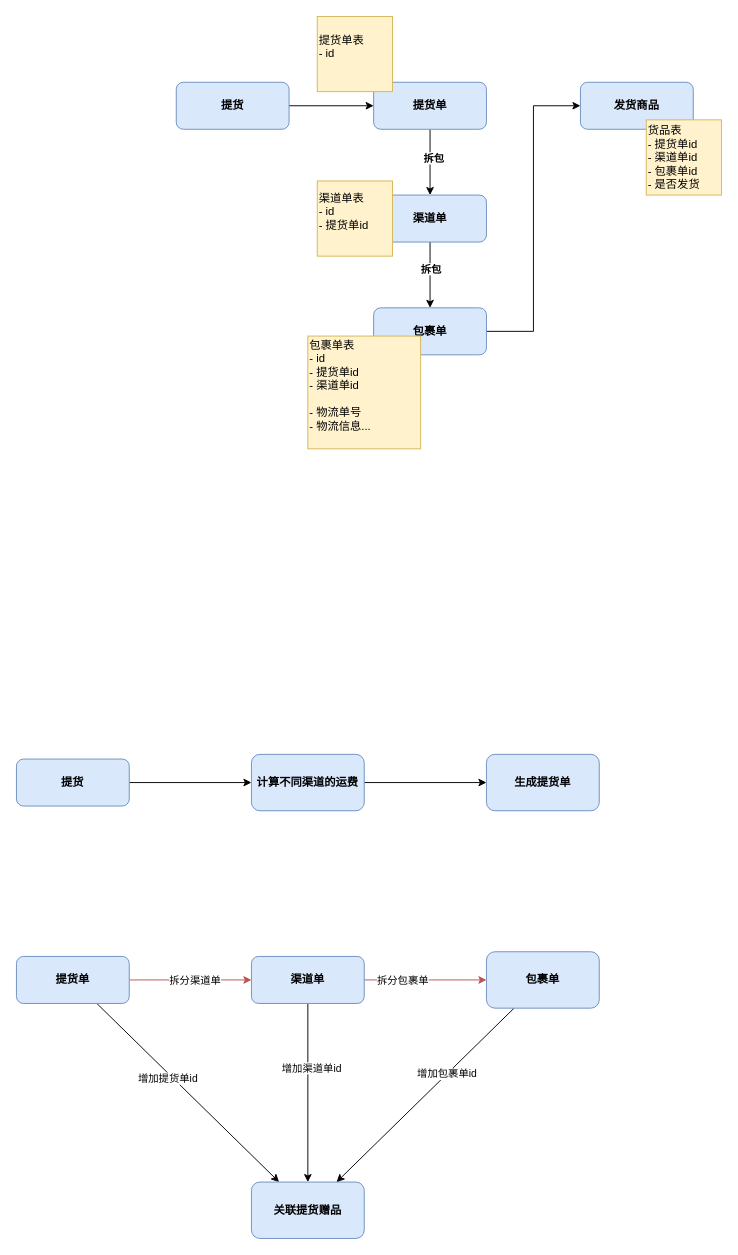
Before: 发货拆包设计.drawio in 1foo/image, a draw.io diagram. Source tidied: cells renumbered, new cells numbered last; positions are measured from the earlier drawing's top-left corner, leaving out a move shared by most shapes. Both pictures are drawn from the tidied source at 94%, with x=0, y=0 at pixel (16, 16).
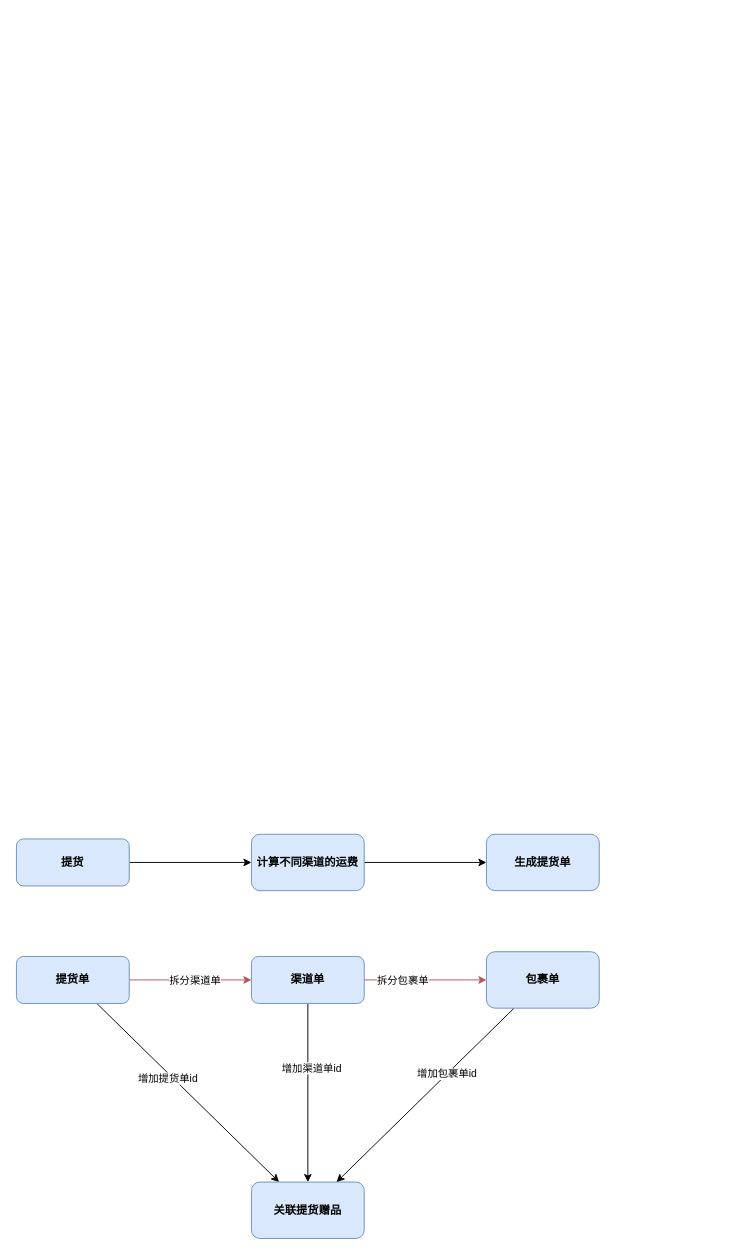
The same diagram, later.

Commit message:
更新发货拆包设计.drawio

Diff of the diagram source:
```diff
@@
-    <mxCell id="2" style="edgeStyle=orthogonalEdgeStyle;rounded=0;jettySize=auto;html=1;fontStyle=1;" parent="1" edge="1" source="3" target="6">
-      <mxGeometry relative="1" as="geometry" />
-    </mxCell>
-    <mxCell id="3" value="提货" style="rounded=1;whiteSpace=wrap;html=1;fillColor=#dae8fc;strokeColor=#6c8ebf;fontStyle=1;" parent="1" vertex="1">
-      <mxGeometry x="170" y="70" width="120" height="50" as="geometry" />
-    </mxCell>
-    <mxCell id="4" style="edgeStyle=orthogonalEdgeStyle;rounded=0;jettySize=auto;html=1;fontStyle=1;" parent="1" edge="1" source="6" target="9">
-      <mxGeometry relative="1" as="geometry" />
-    </mxCell>
-    <mxCell id="5" value="拆包" style="edgeLabel;html=1;align=center;verticalAlign=middle;fontStyle=1;" parent="4" vertex="1">
-      <mxGeometry x="-0.14" y="3" relative="1" as="geometry" />
-    </mxCell>
-    <mxCell id="6" value="提货单" style="rounded=1;whiteSpace=wrap;html=1;fillColor=#dae8fc;strokeColor=#6c8ebf;fontStyle=1;" parent="1" vertex="1">
-      <mxGeometry x="380" y="70" width="120" height="50" as="geometry" />
-    </mxCell>
-    <mxCell id="7" style="edgeStyle=orthogonalEdgeStyle;rounded=0;jettySize=auto;html=1;fontStyle=1;" parent="1" edge="1" source="9" target="11">
-      <mxGeometry relative="1" as="geometry" />
-    </mxCell>
-    <mxCell id="8" value="拆包" style="edgeLabel;html=1;align=center;verticalAlign=middle;fontStyle=1;" parent="7" vertex="1">
-      <mxGeometry x="-0.2" y="2" relative="1" as="geometry">
-        <mxPoint x="-2" as="offset" />
-      </mxGeometry>
-    </mxCell>
-    <mxCell id="9" value="渠道单" style="rounded=1;whiteSpace=wrap;html=1;fillColor=#dae8fc;strokeColor=#6c8ebf;fontStyle=1;" parent="1" vertex="1">
-      <mxGeometry x="380" y="190" width="120" height="50" as="geometry" />
-    </mxCell>
-    <mxCell id="10" style="edgeStyle=orthogonalEdgeStyle;rounded=0;jettySize=auto;html=1;entryX=0;entryY=0.5;entryDx=0;entryDy=0;fontStyle=1;" parent="1" edge="1" source="11" target="12">
-      <mxGeometry relative="1" as="geometry" />
-    </mxCell>
-    <mxCell id="11" value="包裹单" style="rounded=1;whiteSpace=wrap;html=1;fillColor=#dae8fc;strokeColor=#6c8ebf;fontStyle=1;" parent="1" vertex="1">
-      <mxGeometry x="380" y="310" width="120" height="50" as="geometry" />
-    </mxCell>
-    <mxCell id="12" value="发货商品" style="rounded=1;whiteSpace=wrap;html=1;fillColor=#dae8fc;strokeColor=#6c8ebf;fontStyle=1;" parent="1" vertex="1">
-      <mxGeometry x="600" y="70" width="120" height="50" as="geometry" />
-    </mxCell>
-    <mxCell id="13" value="&lt;div&gt;提货单表&lt;/div&gt;&lt;div&gt;- id&lt;/div&gt;&lt;div&gt;&lt;br&gt;&lt;/div&gt;" style="whiteSpace=wrap;html=1;align=left;fillColor=#fff2cc;strokeColor=#d6b656;" parent="1" vertex="1">
-      <mxGeometry x="320" width="80" height="80" as="geometry" />
-    </mxCell>
-    <mxCell id="14" value="&lt;div&gt;渠道单表&lt;/div&gt;&lt;div&gt;- id&lt;/div&gt;&lt;div&gt;- 提货单id&lt;/div&gt;&lt;div&gt;&lt;br&gt;&lt;/div&gt;" style="whiteSpace=wrap;html=1;align=left;fillColor=#fff2cc;strokeColor=#d6b656;" parent="1" vertex="1">
-      <mxGeometry x="320" y="175" width="80" height="80" as="geometry" />
-    </mxCell>
-    <mxCell id="15" value="&lt;div&gt;&lt;div&gt;包裹单表&lt;/div&gt;&lt;div&gt;- id&lt;/div&gt;&lt;div&gt;- 提货单id&lt;/div&gt;&lt;div&gt;- 渠道单id&lt;/div&gt;&lt;div&gt;&lt;br&gt;&lt;/div&gt;&lt;div&gt;- 物流单号&lt;/div&gt;&lt;div&gt;- 物流信息...&lt;/div&gt;&lt;/div&gt;&lt;div&gt;&lt;br&gt;&lt;/div&gt;" style="whiteSpace=wrap;html=1;align=left;fillColor=#fff2cc;strokeColor=#d6b656;" parent="1" vertex="1">
-      <mxGeometry x="310" y="340" width="120" height="120" as="geometry" />
-    </mxCell>
-    <mxCell id="16" value="&lt;div&gt;&lt;div&gt;&lt;div&gt;货品表&lt;/div&gt;&lt;div&gt;- 提货单id&lt;/div&gt;&lt;div&gt;- 渠道单id&lt;/div&gt;&lt;div&gt;- 包裹单id&lt;/div&gt;&lt;div&gt;- 是否发货&lt;/div&gt;&lt;/div&gt;&lt;/div&gt;" style="whiteSpace=wrap;html=1;align=left;fillColor=#fff2cc;strokeColor=#d6b656;" parent="1" vertex="1">
-      <mxGeometry x="670" y="110" width="80" height="80" as="geometry" />
-    </mxCell>
@@
     <mxCell id="18" value="提货" style="rounded=1;whiteSpace=wrap;html=1;fillColor=#dae8fc;strokeColor=#6c8ebf;fontStyle=1;" parent="1" vertex="1">
-      <mxGeometry y="790" width="120" height="50" as="geometry" />
+      <mxGeometry y="875" width="120" height="50" as="geometry" />
     </mxCell>
@@
     <mxCell id="25" value="计算不同渠道的运费" style="whiteSpace=wrap;html=1;fillColor=#dae8fc;strokeColor=#6c8ebf;rounded=1;fontStyle=1;" parent="1" vertex="1">
-      <mxGeometry x="250" y="785" width="120" height="60" as="geometry" />
+      <mxGeometry x="250" y="870" width="120" height="60" as="geometry" />
     </mxCell>
     <mxCell id="26" value="生成提货单" style="whiteSpace=wrap;html=1;fillColor=#dae8fc;strokeColor=#6c8ebf;rounded=1;fontStyle=1;" parent="1" vertex="1">
-      <mxGeometry x="500" y="785" width="120" height="60" as="geometry" />
+      <mxGeometry x="500" y="870" width="120" height="60" as="geometry" />
     </mxCell>
```
